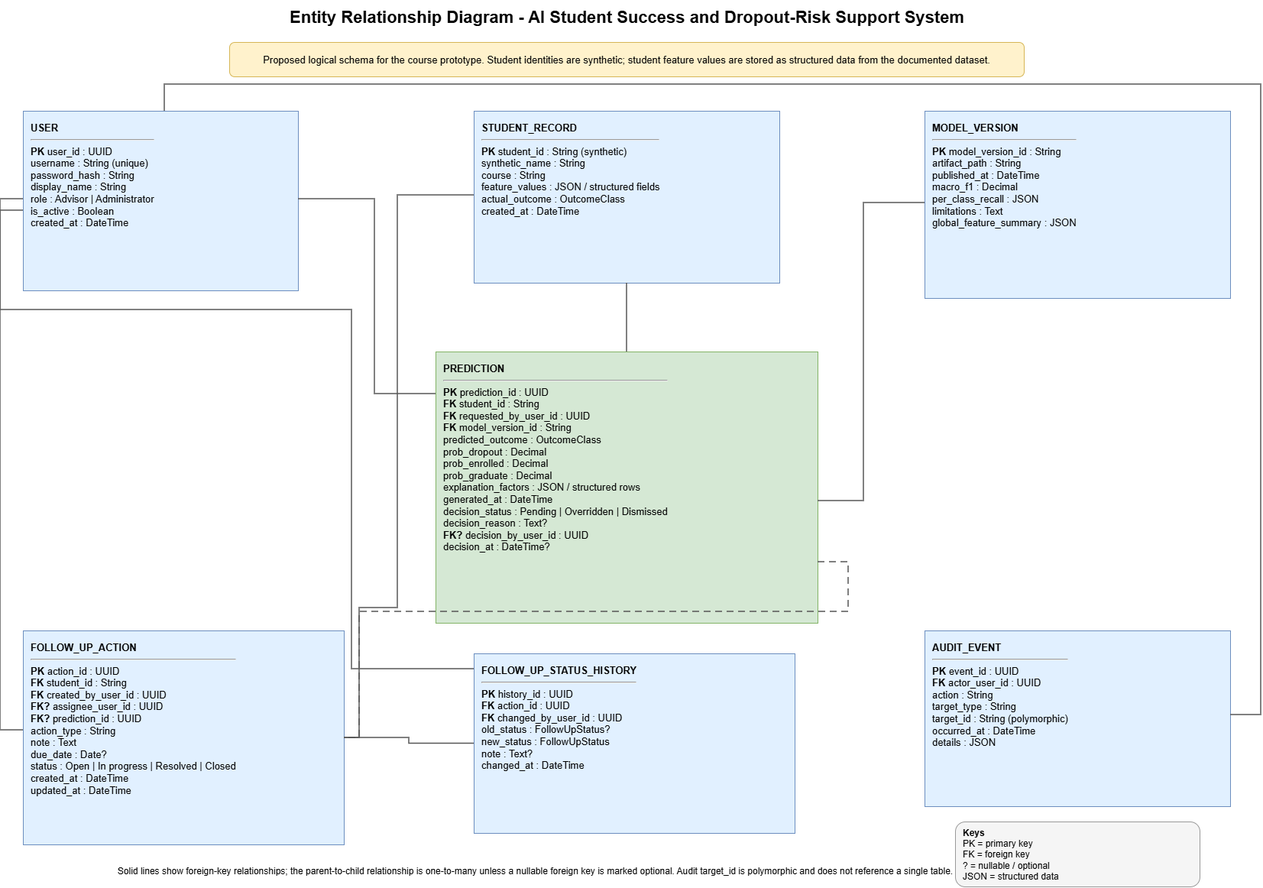
Earlier version of the draw.io export uml/rendered/erd.drawio.png (zeinalmajaly/SE-GP02). Source tidied: cells renumbered, new cells last; positions are measured from the earlier drawing's top-left corner, leaving out a move shared by most shapes.
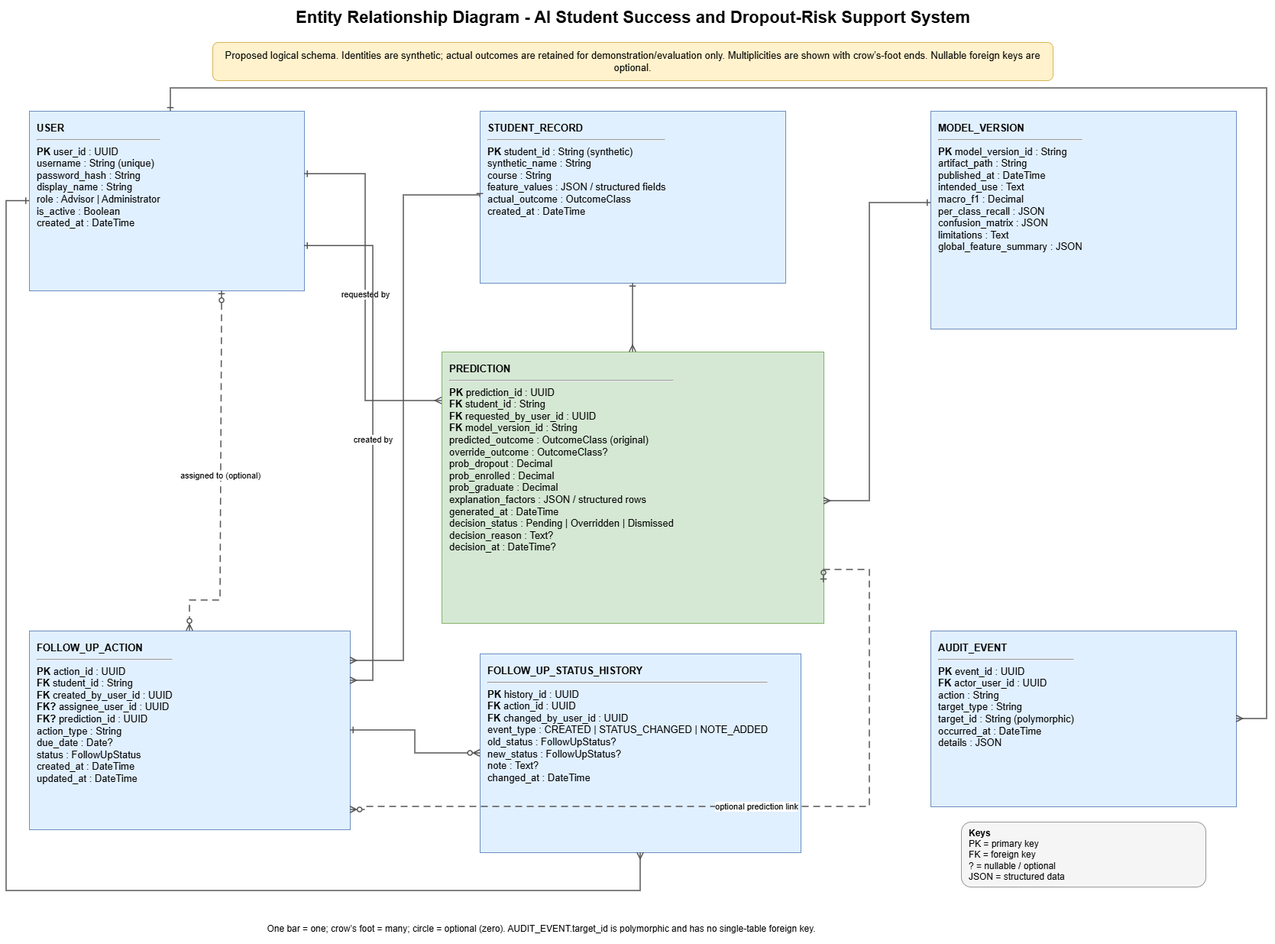
The same diagram one commit later.

Commit message:
erd and class diagrams/renders fixing

What changed in the source:
```diff
@@ -5,8 +5,8 @@
     <mxCell id="2" value="Entity Relationship Diagram - AI Student Success and Dropout-Risk Support System" style="text;html=1;align=center;verticalAlign=middle;fontSize=22;fontStyle=1;" parent="1" vertex="1">
       <mxGeometry x="190" width="1260" height="45" as="geometry" />
     </mxCell>
-    <mxCell id="3" value="Proposed logical schema for the course prototype. Student identities are synthetic; student feature values are stored as structured data from the documented dataset." style="rounded=1;whiteSpace=wrap;html=1;fillColor=#fff2cc;strokeColor=#d6b656;fontSize=13;" parent="1" vertex="1">
-      <mxGeometry x="300" y="55" width="1040" height="45" as="geometry" />
+    <mxCell id="3" value="Proposed logical schema. Identities are synthetic; actual outcomes are retained for demonstration/evaluation only. Multiplicities are shown with crow’s-foot ends. Nullable foreign keys are optional." style="rounded=1;whiteSpace=wrap;html=1;fillColor=#fff2cc;strokeColor=#d6b656;fontSize=13;" parent="1" vertex="1">
+      <mxGeometry x="270" y="55" width="1100" height="50" as="geometry" />
     </mxCell>
     <mxCell id="4" value="&lt;b&gt;USER&lt;/b&gt;&lt;hr/&gt;&lt;b&gt;PK&lt;/b&gt; user_id : UUID&lt;br/&gt;username : String (unique)&lt;br/&gt;password_hash : String&lt;br/&gt;display_name : String&lt;br/&gt;role : Advisor | Administrator&lt;br/&gt;is_active : Boolean&lt;br/&gt;created_at : DateTime" style="rounded=0;whiteSpace=wrap;html=1;fillColor=#e1f0ff;strokeColor=#6c8ebf;fontSize=13;align=left;verticalAlign=top;spacing=10;" parent="1" vertex="1">
       <mxGeometry x="30" y="145" width="360" height="235" as="geometry" />
@@ -14,33 +14,33 @@
     <mxCell id="5" value="&lt;b&gt;STUDENT_RECORD&lt;/b&gt;&lt;hr/&gt;&lt;b&gt;PK&lt;/b&gt; student_id : String (synthetic)&lt;br/&gt;synthetic_name : String&lt;br/&gt;course : String&lt;br/&gt;feature_values : JSON / structured fields&lt;br/&gt;actual_outcome : OutcomeClass&lt;br/&gt;created_at : DateTime" style="rounded=0;whiteSpace=wrap;html=1;fillColor=#e1f0ff;strokeColor=#6c8ebf;fontSize=13;align=left;verticalAlign=top;spacing=10;" parent="1" vertex="1">
       <mxGeometry x="620" y="145" width="400" height="225" as="geometry" />
     </mxCell>
-    <mxCell id="6" value="&lt;b&gt;MODEL_VERSION&lt;/b&gt;&lt;hr/&gt;&lt;b&gt;PK&lt;/b&gt; model_version_id : String&lt;br/&gt;artifact_path : String&lt;br/&gt;published_at : DateTime&lt;br/&gt;macro_f1 : Decimal&lt;br/&gt;per_class_recall : JSON&lt;br/&gt;limitations : Text&lt;br/&gt;global_feature_summary : JSON" style="rounded=0;whiteSpace=wrap;html=1;fillColor=#e1f0ff;strokeColor=#6c8ebf;fontSize=13;align=left;verticalAlign=top;spacing=10;" parent="1" vertex="1">
-      <mxGeometry x="1210" y="145" width="400" height="245" as="geometry" />
+    <mxCell id="6" value="&lt;b&gt;MODEL_VERSION&lt;/b&gt;&lt;hr/&gt;&lt;b&gt;PK&lt;/b&gt; model_version_id : String&lt;br/&gt;artifact_path : String&lt;br/&gt;published_at : DateTime&lt;br/&gt;intended_use : Text&lt;br/&gt;macro_f1 : Decimal&lt;br/&gt;per_class_recall : JSON&lt;br/&gt;confusion_matrix : JSON&lt;br/&gt;limitations : Text&lt;br/&gt;global_feature_summary : JSON" style="rounded=0;whiteSpace=wrap;html=1;fillColor=#e1f0ff;strokeColor=#6c8ebf;fontSize=13;align=left;verticalAlign=top;spacing=10;" parent="1" vertex="1">
+      <mxGeometry x="1210" y="145" width="400" height="285" as="geometry" />
     </mxCell>
-    <mxCell id="7" value="&lt;b&gt;PREDICTION&lt;/b&gt;&lt;hr/&gt;&lt;b&gt;PK&lt;/b&gt; prediction_id : UUID&lt;br/&gt;&lt;b&gt;FK&lt;/b&gt; student_id : String&lt;br/&gt;&lt;b&gt;FK&lt;/b&gt; requested_by_user_id : UUID&lt;br/&gt;&lt;b&gt;FK&lt;/b&gt; model_version_id : String&lt;br/&gt;predicted_outcome : OutcomeClass&lt;br/&gt;prob_dropout : Decimal&lt;br/&gt;prob_enrolled : Decimal&lt;br/&gt;prob_graduate : Decimal&lt;br/&gt;explanation_factors : JSON / structured rows&lt;br/&gt;generated_at : DateTime&lt;br/&gt;decision_status : Pending | Overridden | Dismissed&lt;br/&gt;decision_reason : Text?&lt;br/&gt;&lt;b&gt;FK?&lt;/b&gt; decision_by_user_id : UUID&lt;br/&gt;decision_at : DateTime?" style="rounded=0;whiteSpace=wrap;html=1;fillColor=#d5e8d4;strokeColor=#82b366;fontSize=13;align=left;verticalAlign=top;spacing=10;" parent="1" vertex="1">
+    <mxCell id="7" value="&lt;b&gt;PREDICTION&lt;/b&gt;&lt;hr/&gt;&lt;b&gt;PK&lt;/b&gt; prediction_id : UUID&lt;br/&gt;&lt;b&gt;FK&lt;/b&gt; student_id : String&lt;br/&gt;&lt;b&gt;FK&lt;/b&gt; requested_by_user_id : UUID&lt;br/&gt;&lt;b&gt;FK&lt;/b&gt; model_version_id : String&lt;br/&gt;predicted_outcome : OutcomeClass (original)&lt;br/&gt;override_outcome : OutcomeClass?&lt;br/&gt;prob_dropout : Decimal&lt;br/&gt;prob_enrolled : Decimal&lt;br/&gt;prob_graduate : Decimal&lt;br/&gt;explanation_factors : JSON / structured rows&lt;br/&gt;generated_at : DateTime&lt;br/&gt;decision_status : Pending | Overridden | Dismissed&lt;br/&gt;decision_reason : Text?&lt;br/&gt;decision_at : DateTime?" style="rounded=0;whiteSpace=wrap;html=1;fillColor=#d5e8d4;strokeColor=#82b366;fontSize=13;align=left;verticalAlign=top;spacing=10;" parent="1" vertex="1">
       <mxGeometry x="570" y="460" width="500" height="355" as="geometry" />
     </mxCell>
-    <mxCell id="8" value="&lt;b&gt;FOLLOW_UP_ACTION&lt;/b&gt;&lt;hr/&gt;&lt;b&gt;PK&lt;/b&gt; action_id : UUID&lt;br/&gt;&lt;b&gt;FK&lt;/b&gt; student_id : String&lt;br/&gt;&lt;b&gt;FK&lt;/b&gt; created_by_user_id : UUID&lt;br/&gt;&lt;b&gt;FK?&lt;/b&gt; assignee_user_id : UUID&lt;br/&gt;&lt;b&gt;FK?&lt;/b&gt; prediction_id : UUID&lt;br/&gt;action_type : String&lt;br/&gt;note : Text&lt;br/&gt;due_date : Date?&lt;br/&gt;status : Open | In progress | Resolved | Closed&lt;br/&gt;created_at : DateTime&lt;br/&gt;updated_at : DateTime" style="rounded=0;whiteSpace=wrap;html=1;fillColor=#e1f0ff;strokeColor=#6c8ebf;fontSize=13;align=left;verticalAlign=top;spacing=10;" parent="1" vertex="1">
-      <mxGeometry x="30" y="825" width="420" height="280" as="geometry" />
+    <mxCell id="8" value="&lt;b&gt;FOLLOW_UP_ACTION&lt;/b&gt;&lt;hr/&gt;&lt;b&gt;PK&lt;/b&gt; action_id : UUID&lt;br/&gt;&lt;b&gt;FK&lt;/b&gt; student_id : String&lt;br/&gt;&lt;b&gt;FK&lt;/b&gt; created_by_user_id : UUID&lt;br/&gt;&lt;b&gt;FK?&lt;/b&gt; assignee_user_id : UUID&lt;br/&gt;&lt;b&gt;FK?&lt;/b&gt; prediction_id : UUID&lt;br/&gt;action_type : String&lt;br/&gt;due_date : Date?&lt;br/&gt;status : FollowUpStatus&lt;br/&gt;created_at : DateTime&lt;br/&gt;updated_at : DateTime" style="rounded=0;whiteSpace=wrap;html=1;fillColor=#e1f0ff;strokeColor=#6c8ebf;fontSize=13;align=left;verticalAlign=top;spacing=10;" parent="1" vertex="1">
+      <mxGeometry x="30" y="825" width="420" height="260" as="geometry" />
     </mxCell>
-    <mxCell id="9" value="&lt;b&gt;FOLLOW_UP_STATUS_HISTORY&lt;/b&gt;&lt;hr/&gt;&lt;b&gt;PK&lt;/b&gt; history_id : UUID&lt;br/&gt;&lt;b&gt;FK&lt;/b&gt; action_id : UUID&lt;br/&gt;&lt;b&gt;FK&lt;/b&gt; changed_by_user_id : UUID&lt;br/&gt;old_status : FollowUpStatus?&lt;br/&gt;new_status : FollowUpStatus&lt;br/&gt;note : Text?&lt;br/&gt;changed_at : DateTime" style="rounded=0;whiteSpace=wrap;html=1;fillColor=#e1f0ff;strokeColor=#6c8ebf;fontSize=13;align=left;verticalAlign=top;spacing=10;" parent="1" vertex="1">
-      <mxGeometry x="620" y="855" width="420" height="235" as="geometry" />
+    <mxCell id="9" value="&lt;b&gt;FOLLOW_UP_STATUS_HISTORY&lt;/b&gt;&lt;hr/&gt;&lt;b&gt;PK&lt;/b&gt; history_id : UUID&lt;br/&gt;&lt;b&gt;FK&lt;/b&gt; action_id : UUID&lt;br/&gt;&lt;b&gt;FK&lt;/b&gt; changed_by_user_id : UUID&lt;br/&gt;event_type : CREATED | STATUS_CHANGED | NOTE_ADDED&lt;br/&gt;old_status : FollowUpStatus?&lt;br/&gt;new_status : FollowUpStatus?&lt;br/&gt;note : Text?&lt;br/&gt;changed_at : DateTime" style="rounded=0;whiteSpace=wrap;html=1;fillColor=#e1f0ff;strokeColor=#6c8ebf;fontSize=13;align=left;verticalAlign=top;spacing=10;" parent="1" vertex="1">
+      <mxGeometry x="620" y="855" width="420" height="260" as="geometry" />
     </mxCell>
     <mxCell id="10" value="&lt;b&gt;AUDIT_EVENT&lt;/b&gt;&lt;hr/&gt;&lt;b&gt;PK&lt;/b&gt; event_id : UUID&lt;br/&gt;&lt;b&gt;FK&lt;/b&gt; actor_user_id : UUID&lt;br/&gt;action : String&lt;br/&gt;target_type : String&lt;br/&gt;target_id : String (polymorphic)&lt;br/&gt;occurred_at : DateTime&lt;br/&gt;details : JSON" style="rounded=0;whiteSpace=wrap;html=1;fillColor=#e1f0ff;strokeColor=#6c8ebf;fontSize=13;align=left;verticalAlign=top;spacing=10;" parent="1" vertex="1">
       <mxGeometry x="1210" y="825" width="400" height="230" as="geometry" />
     </mxCell>
-    <mxCell id="11" style="edgeStyle=orthogonalEdgeStyle;rounded=0;jettySize=auto;html=1;endArrow=none;startArrow=none;strokeWidth=1.5;strokeColor=#555555;" parent="1" edge="1" source="4" target="7">
+    <mxCell id="11" value="requested by" style="edgeStyle=orthogonalEdgeStyle;rounded=0;jettySize=auto;html=1;startArrow=ERone;startFill=0;endArrow=ERmany;endFill=0;strokeWidth=1.5;strokeColor=#555555;exitX=1;exitY=0.35;entryX=0;entryY=0.18;" parent="1" edge="1" source="4" target="7">
       <mxGeometry relative="1" as="geometry">
         <Array as="points">
-          <mxPoint x="490" y="260" />
-          <mxPoint x="490" y="515" />
+          <mxPoint x="470" y="227" />
+          <mxPoint x="470" y="524" />
         </Array>
       </mxGeometry>
     </mxCell>
-    <mxCell id="12" style="edgeStyle=orthogonalEdgeStyle;rounded=0;jettySize=auto;html=1;endArrow=none;startArrow=none;strokeWidth=1.5;strokeColor=#555555;" parent="1" edge="1" source="5" target="7">
+    <mxCell id="12" style="edgeStyle=orthogonalEdgeStyle;rounded=0;jettySize=auto;html=1;startArrow=ERone;startFill=0;endArrow=ERmany;endFill=0;strokeWidth=1.5;strokeColor=#555555;" parent="1" edge="1" source="5" target="7">
       <mxGeometry relative="1" as="geometry" />
     </mxCell>
-    <mxCell id="13" style="edgeStyle=orthogonalEdgeStyle;rounded=0;jettySize=auto;html=1;endArrow=none;startArrow=none;strokeWidth=1.5;strokeColor=#555555;" parent="1" edge="1" source="6" target="7">
+    <mxCell id="13" style="edgeStyle=orthogonalEdgeStyle;rounded=0;jettySize=auto;html=1;startArrow=ERone;startFill=0;endArrow=ERmany;endFill=0;strokeWidth=1.5;strokeColor=#555555;" parent="1" edge="1" source="6" target="7">
       <mxGeometry relative="1" as="geometry">
         <Array as="points">
           <mxPoint x="1130" y="265" />
@@ -48,59 +48,65 @@
         </Array>
       </mxGeometry>
     </mxCell>
-    <mxCell id="14" style="edgeStyle=orthogonalEdgeStyle;rounded=0;jettySize=auto;html=1;endArrow=none;startArrow=none;strokeWidth=1.5;strokeColor=#555555;" parent="1" edge="1" source="4" target="8">
+    <mxCell id="14" value="created by" style="edgeStyle=orthogonalEdgeStyle;rounded=0;jettySize=auto;html=1;startArrow=ERone;startFill=0;endArrow=ERmany;endFill=0;strokeWidth=1.5;strokeColor=#555555;exitX=1;exitY=0.75;entryX=1;entryY=0.25;" parent="1" edge="1" source="4" target="8">
       <mxGeometry relative="1" as="geometry">
         <Array as="points">
-          <mxPoint y="260" />
-          <mxPoint y="955" />
+          <mxPoint x="480" y="321" />
+          <mxPoint x="480" y="890" />
         </Array>
       </mxGeometry>
     </mxCell>
-    <mxCell id="15" style="edgeStyle=orthogonalEdgeStyle;rounded=0;jettySize=auto;html=1;endArrow=none;startArrow=none;strokeWidth=1.5;strokeColor=#555555;" parent="1" edge="1" source="5" target="8">
+    <mxCell id="15" style="edgeStyle=orthogonalEdgeStyle;rounded=0;jettySize=auto;html=1;startArrow=ERone;startFill=0;endArrow=ERmany;endFill=0;strokeWidth=1.5;strokeColor=#555555;exitX=0;exitY=0.5;entryX=1;entryY=0.15;" parent="1" edge="1" source="5" target="8">
       <mxGeometry relative="1" as="geometry">
         <Array as="points">
           <mxPoint x="520" y="255" />
-          <mxPoint x="520" y="795" />
-          <mxPoint x="470" y="795" />
+          <mxPoint x="520" y="864" />
         </Array>
       </mxGeometry>
     </mxCell>
-    <mxCell id="16" style="edgeStyle=orthogonalEdgeStyle;rounded=0;jettySize=auto;html=1;endArrow=none;startArrow=none;strokeWidth=1.5;strokeColor=#555555;dashed=1;dashPattern=6 4;" parent="1" edge="1" source="7" target="8">
+    <mxCell id="16" value="optional prediction link" style="edgeStyle=orthogonalEdgeStyle;rounded=0;jettySize=auto;html=1;startArrow=ERzeroToOne;startFill=0;endArrow=ERzeroToMany;endFill=0;strokeWidth=1.5;strokeColor=#555555;dashed=1;dashPattern=6 4;exitX=1;exitY=0.85;entryX=1;entryY=0.9;" parent="1" edge="1" source="7" target="8">
       <mxGeometry relative="1" as="geometry">
         <Array as="points">
-          <mxPoint x="1110" y="735" />
-          <mxPoint x="1110" y="800" />
-          <mxPoint x="470" y="800" />
+          <mxPoint x="1130" y="745" />
+          <mxPoint x="1130" y="1055" />
+          <mxPoint x="470" y="1055" />
         </Array>
       </mxGeometry>
     </mxCell>
-    <mxCell id="17" style="edgeStyle=orthogonalEdgeStyle;rounded=0;jettySize=auto;html=1;endArrow=none;startArrow=none;strokeWidth=1.5;strokeColor=#555555;" parent="1" edge="1" source="8" target="9">
+    <mxCell id="17" style="edgeStyle=orthogonalEdgeStyle;rounded=0;jettySize=auto;html=1;startArrow=ERone;startFill=0;endArrow=ERzeroToMany;endFill=0;strokeWidth=1.5;strokeColor=#555555;" parent="1" edge="1" source="8" target="9">
       <mxGeometry relative="1" as="geometry" />
     </mxCell>
-    <mxCell id="18" style="edgeStyle=orthogonalEdgeStyle;rounded=0;jettySize=auto;html=1;endArrow=none;startArrow=none;strokeWidth=1.5;strokeColor=#555555;" parent="1" edge="1" source="4" target="10">
+    <mxCell id="18" style="edgeStyle=orthogonalEdgeStyle;rounded=0;jettySize=auto;html=1;startArrow=ERone;startFill=0;endArrow=ERmany;endFill=0;strokeWidth=1.5;strokeColor=#555555;" parent="1" edge="1" source="4" target="10">
       <mxGeometry relative="1" as="geometry">
         <Array as="points">
-          <mxPoint x="215" y="110" />
-          <mxPoint x="1650" y="110" />
-          <mxPoint x="1650" y="935" />
+          <mxPoint x="215" y="115" />
+          <mxPoint x="1650" y="115" />
+          <mxPoint x="1650" y="940" />
         </Array>
       </mxGeometry>
     </mxCell>
-    <mxCell id="19" style="edgeStyle=orthogonalEdgeStyle;rounded=0;jettySize=auto;html=1;endArrow=none;startArrow=none;strokeWidth=1.5;strokeColor=#555555;" parent="1" edge="1" source="4" target="9">
+    <mxCell id="19" style="edgeStyle=orthogonalEdgeStyle;rounded=0;jettySize=auto;html=1;startArrow=ERone;startFill=0;endArrow=ERmany;endFill=0;strokeWidth=1.5;strokeColor=#555555;exitX=0;exitY=0.5;entryX=0.5;entryY=1;" parent="1" edge="1" source="4" target="9">
       <mxGeometry relative="1" as="geometry">
         <Array as="points">
-          <mxPoint y="275" />
-          <mxPoint y="405" />
-          <mxPoint x="460" y="405" />
-          <mxPoint x="460" y="875" />
+          <mxPoint y="262" />
+          <mxPoint y="1165" />
+          <mxPoint x="830" y="1165" />
         </Array>
       </mxGeometry>
     </mxCell>
+    <mxCell id="22" value="assigned to (optional)" style="edgeStyle=orthogonalEdgeStyle;rounded=0;jettySize=auto;html=1;startArrow=ERzeroToOne;startFill=0;endArrow=ERzeroToMany;endFill=0;strokeWidth=1.5;strokeColor=#555555;dashed=1;dashPattern=6 4;exitX=0.7;exitY=1;entryX=0.5;entryY=0;" parent="1" edge="1" source="4" target="8">
+      <mxGeometry relative="1" as="geometry">
+        <Array as="points">
+          <mxPoint x="280" y="415" />
+          <mxPoint x="280" y="785" />
+        </Array>
+      </mxGeometry>
+    </mxCell>
     <mxCell id="20" value="&lt;b&gt;Keys&lt;/b&gt;&lt;br/&gt;PK = primary key&lt;br/&gt;FK = foreign key&lt;br/&gt;? = nullable / optional&lt;br/&gt;JSON = structured data" style="rounded=1;whiteSpace=wrap;html=1;fillColor=#f5f5f5;strokeColor=#999999;fontSize=12;align=left;verticalAlign=middle;spacing=10;" parent="1" vertex="1">
       <mxGeometry x="1250" y="1075" width="320" height="85" as="geometry" />
     </mxCell>
-    <mxCell id="21" value="Solid lines show foreign-key relationships; the parent-to-child relationship is one-to-many unless a nullable foreign key is marked optional. Audit target_id is polymorphic and does not reference a single table." style="text;html=1;align=center;verticalAlign=middle;fontSize=12;" parent="1" vertex="1">
-      <mxGeometry x="250" y="1120" width="900" height="40" as="geometry" />
+    <mxCell id="21" value="One bar = one; crow’s foot = many; circle = optional (zero). AUDIT_EVENT.target_id is polymorphic and has no single-table foreign key." style="text;html=1;align=center;verticalAlign=middle;fontSize=12;" parent="1" vertex="1">
+      <mxGeometry x="250" y="1195" width="900" height="40" as="geometry" />
     </mxCell>
   </root>
 </mxGraphModel>
```
